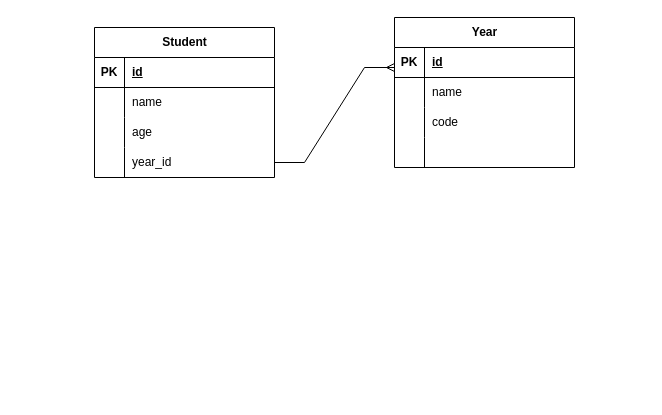
The draw.io diagram aspirex_student_managment/er/er.drawio in nalakam/aspirex, before the edit. Source tidied: cells renumbered, new cells numbered last; positions are measured from the earlier drawing's top-left corner, leaving out a move shared by most shapes. Both pictures are drawn from the tidied source at 100%, with x=0, y=0 at pixel (94, 17).
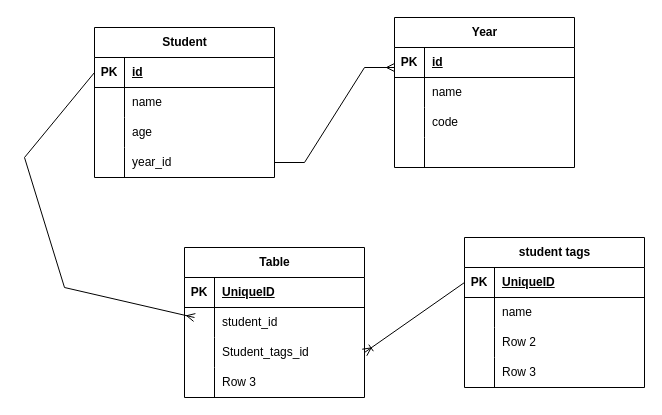
After the change.

Commit message (it also covers changes not shown here):
Add student_tags model

The change refers to these unchanged cells:
```xml
<mxCell id="3" style="shape=tableRow;horizontal=0;startSize=0;swimlaneHead=0;swimlaneBody=0;fillColor=none;points=[[0,0.5],[1,0.5]];portConstraint=eastwest;top=0;left=0;right=0;bottom=1;" parent="2" vertex="1">
  <mxGeometry y="30" width="180" height="30" as="geometry" />
</mxCell>
```

What changed in the source:
```diff
@@
+    <mxCell id="29" value="student tags" style="shape=table;startSize=30;childLayout=tableLayout;rowLines=0;fontStyle=1;align=center;html=1;" parent="1" vertex="1">
+      <mxGeometry x="370" y="220" width="180" height="150" as="geometry" />
+    </mxCell>
+    <mxCell id="30" style="shape=tableRow;horizontal=0;startSize=0;swimlaneHead=0;swimlaneBody=0;fillColor=none;points=[[0,0.5],[1,0.5]];portConstraint=eastwest;top=0;left=0;right=0;bottom=1;" parent="29" vertex="1">
+      <mxGeometry y="30" width="180" height="30" as="geometry" />
+    </mxCell>
+    <mxCell id="31" value="PK" style="shape=partialRectangle;fillColor=none;top=0;left=0;bottom=0;right=0;fontStyle=1;overflow=hidden;whiteSpace=wrap;html=1;" parent="30" vertex="1">
+      <mxGeometry width="30" height="30" as="geometry" />
+    </mxCell>
+    <mxCell id="32" value="UniqueID" style="shape=partialRectangle;fillColor=none;top=0;left=0;bottom=0;right=0;align=left;spacingLeft=6;fontStyle=5;overflow=hidden;whiteSpace=wrap;html=1;" parent="30" vertex="1">
+      <mxGeometry x="30" width="150" height="30" as="geometry" />
+    </mxCell>
+    <mxCell id="33" style="shape=tableRow;horizontal=0;startSize=0;swimlaneHead=0;swimlaneBody=0;fillColor=none;top=0;left=0;right=0;bottom=0;" parent="29" vertex="1">
+      <mxGeometry y="60" width="180" height="30" as="geometry" />
+    </mxCell>
+    <mxCell id="34" style="shape=partialRectangle;fillColor=none;top=0;left=0;bottom=0;right=0;overflow=hidden;whiteSpace=wrap;html=1;" parent="33" vertex="1">
+      <mxGeometry width="30" height="30" as="geometry" />
+    </mxCell>
+    <mxCell id="35" value="name" style="shape=partialRectangle;fillColor=none;top=0;left=0;bottom=0;right=0;align=left;spacingLeft=6;overflow=hidden;whiteSpace=wrap;html=1;" parent="33" vertex="1">
+      <mxGeometry x="30" width="150" height="30" as="geometry" />
+    </mxCell>
+    <mxCell id="36" style="shape=tableRow;horizontal=0;startSize=0;swimlaneHead=0;swimlaneBody=0;fillColor=none;top=0;left=0;right=0;bottom=0;" parent="29" vertex="1">
+      <mxGeometry y="90" width="180" height="30" as="geometry" />
+    </mxCell>
+    <mxCell id="37" style="shape=partialRectangle;fillColor=none;top=0;left=0;bottom=0;right=0;overflow=hidden;whiteSpace=wrap;html=1;" parent="36" vertex="1">
+      <mxGeometry width="30" height="30" as="geometry" />
+    </mxCell>
+    <mxCell id="38" value="Row 2" style="shape=partialRectangle;fillColor=none;top=0;left=0;bottom=0;right=0;align=left;spacingLeft=6;overflow=hidden;whiteSpace=wrap;html=1;" parent="36" vertex="1">
+      <mxGeometry x="30" width="150" height="30" as="geometry" />
+    </mxCell>
+    <mxCell id="39" style="shape=tableRow;horizontal=0;startSize=0;swimlaneHead=0;swimlaneBody=0;fillColor=none;top=0;left=0;right=0;bottom=0;" parent="29" vertex="1">
+      <mxGeometry y="120" width="180" height="30" as="geometry" />
+    </mxCell>
+    <mxCell id="40" style="shape=partialRectangle;fillColor=none;top=0;left=0;bottom=0;right=0;overflow=hidden;whiteSpace=wrap;html=1;" parent="39" vertex="1">
+      <mxGeometry width="30" height="30" as="geometry" />
+    </mxCell>
+    <mxCell id="41" value="Row 3" style="shape=partialRectangle;fillColor=none;top=0;left=0;bottom=0;right=0;align=left;spacingLeft=6;overflow=hidden;whiteSpace=wrap;html=1;" parent="39" vertex="1">
+      <mxGeometry x="30" width="150" height="30" as="geometry" />
+    </mxCell>
+    <mxCell id="42" value="Table" style="shape=table;startSize=30;childLayout=tableLayout;rowLines=0;fontStyle=1;align=center;html=1;" parent="1" vertex="1">
+      <mxGeometry x="90" y="230" width="180" height="150" as="geometry" />
+    </mxCell>
+    <mxCell id="43" style="shape=tableRow;horizontal=0;startSize=0;swimlaneHead=0;swimlaneBody=0;fillColor=none;top=0;left=0;right=0;bottom=1;" parent="42" vertex="1">
+      <mxGeometry y="30" width="180" height="30" as="geometry" />
+    </mxCell>
+    <mxCell id="44" value="PK" style="shape=partialRectangle;fillColor=none;top=0;left=0;bottom=0;right=0;fontStyle=1;overflow=hidden;whiteSpace=wrap;html=1;" parent="43" vertex="1">
+      <mxGeometry width="30" height="30" as="geometry" />
+    </mxCell>
+    <mxCell id="45" value="UniqueID" style="shape=partialRectangle;fillColor=none;top=0;left=0;bottom=0;right=0;align=left;spacingLeft=6;fontStyle=5;overflow=hidden;whiteSpace=wrap;html=1;" parent="43" vertex="1">
+      <mxGeometry x="30" width="150" height="30" as="geometry" />
+    </mxCell>
+    <mxCell id="46" style="shape=tableRow;horizontal=0;startSize=0;swimlaneHead=0;swimlaneBody=0;fillColor=none;top=0;left=0;right=0;bottom=0;" parent="42" vertex="1">
+      <mxGeometry y="60" width="180" height="30" as="geometry" />
+    </mxCell>
+    <mxCell id="47" style="shape=partialRectangle;fillColor=none;top=0;left=0;bottom=0;right=0;overflow=hidden;whiteSpace=wrap;html=1;" parent="46" vertex="1">
+      <mxGeometry width="30" height="30" as="geometry" />
+    </mxCell>
+    <mxCell id="48" value="student_id" style="shape=partialRectangle;fillColor=none;top=0;left=0;bottom=0;right=0;align=left;spacingLeft=6;overflow=hidden;whiteSpace=wrap;html=1;" parent="46" vertex="1">
+      <mxGeometry x="30" width="150" height="30" as="geometry" />
+    </mxCell>
+    <mxCell id="49" style="shape=tableRow;horizontal=0;startSize=0;swimlaneHead=0;swimlaneBody=0;fillColor=none;points=[[0,0.5],[1,0.5]];portConstraint=eastwest;top=0;left=0;right=0;bottom=0;" parent="42" vertex="1">
+      <mxGeometry y="90" width="180" height="30" as="geometry" />
+    </mxCell>
+    <mxCell id="50" style="shape=partialRectangle;fillColor=none;top=0;left=0;bottom=0;right=0;overflow=hidden;whiteSpace=wrap;html=1;" parent="49" vertex="1">
+      <mxGeometry width="30" height="30" as="geometry" />
+    </mxCell>
+    <mxCell id="51" value="Student_tags_id" style="shape=partialRectangle;fillColor=none;top=0;left=0;bottom=0;right=0;align=left;spacingLeft=6;overflow=hidden;whiteSpace=wrap;html=1;" parent="49" vertex="1">
+      <mxGeometry x="30" width="150" height="30" as="geometry" />
+    </mxCell>
+    <mxCell id="52" style="shape=tableRow;horizontal=0;startSize=0;swimlaneHead=0;swimlaneBody=0;fillColor=none;top=0;left=0;right=0;bottom=0;" parent="42" vertex="1">
+      <mxGeometry y="120" width="180" height="30" as="geometry" />
+    </mxCell>
+    <mxCell id="53" style="shape=partialRectangle;fillColor=none;top=0;left=0;bottom=0;right=0;overflow=hidden;whiteSpace=wrap;html=1;" parent="52" vertex="1">
+      <mxGeometry width="30" height="30" as="geometry" />
+    </mxCell>
+    <mxCell id="54" value="Row 3" style="shape=partialRectangle;fillColor=none;top=0;left=0;bottom=0;right=0;align=left;spacingLeft=6;overflow=hidden;whiteSpace=wrap;html=1;" parent="52" vertex="1">
+      <mxGeometry x="30" width="150" height="30" as="geometry" />
+    </mxCell>
+    <mxCell id="55" style="fontSize=12;html=1;endArrow=ERmany;rounded=0;exitX=0;exitY=0.5;exitDx=0;exitDy=0;" parent="1" edge="1" source="3">
+      <mxGeometry relative="1" as="geometry">
+        <mxPoint x="100" y="300" as="targetPoint" />
+        <Array as="points">
+          <mxPoint x="-70" y="140" />
+          <mxPoint x="-30" y="270" />
+        </Array>
+      </mxGeometry>
+    </mxCell>
+    <mxCell id="56" style="fontSize=12;html=1;endArrow=ERoneToMany;rounded=0;entryX=1;entryY=0.5;entryDx=0;entryDy=0;exitX=0;exitY=0.5;exitDx=0;exitDy=0;" parent="1" edge="1" source="30" target="49">
+      <mxGeometry relative="1" as="geometry" />
+    </mxCell>
```
